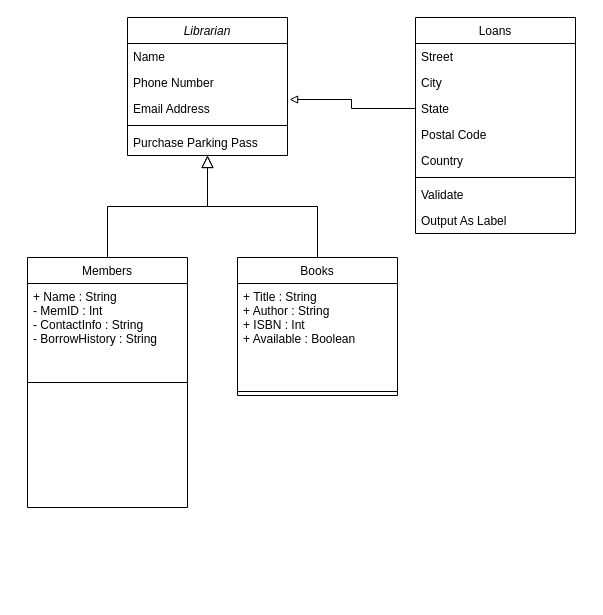
Before: Untitled Diagram.drawio in Twpendleton/ClassUMLDiagram, a draw.io diagram. Source tidied: cells renumbered, new cells numbered last; positions are measured from the earlier drawing's top-left corner, leaving out a move shared by most shapes. Both pictures are drawn from the tidied source at 100%, with x=0, y=0 at pixel (27, 17).
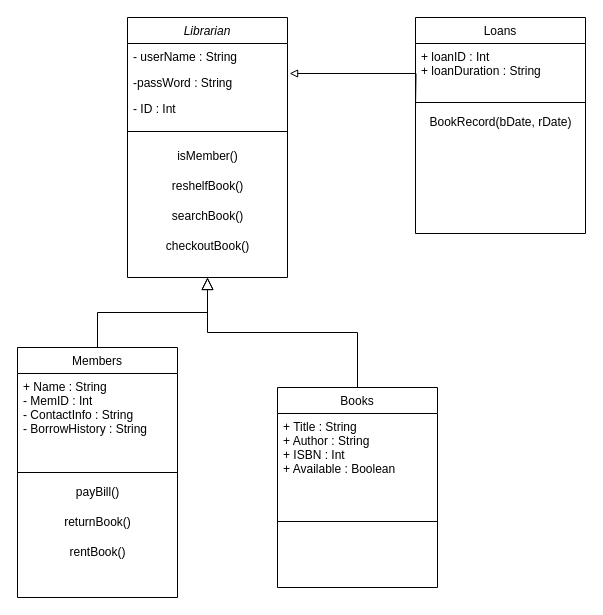
Above is the later version.

Diff of the diagram source:
```diff
@@
     <mxCell id="2" value="Librarian" style="swimlane;fontStyle=2;align=center;verticalAlign=top;horizontal=1;startSize=26;rounded=0;shadow=0;strokeWidth=1;" parent="1" vertex="1">
-      <mxGeometry x="100" width="160" height="138" as="geometry" />
+      <mxGeometry x="100" width="160" height="260" as="geometry" />
     </mxCell>
-    <mxCell id="3" value="Name" style="text;align=left;verticalAlign=top;spacingLeft=4;spacingRight=4;overflow=hidden;" parent="2" vertex="1">
+    <mxCell id="3" value="- userName : String" style="text;align=left;verticalAlign=top;spacingLeft=4;spacingRight=4;overflow=hidden;" parent="2" vertex="1">
       <mxGeometry y="26" width="160" height="26" as="geometry" />
     </mxCell>
+    <mxCell id="5" value="-passWord : String" style="text;align=left;verticalAlign=top;spacingLeft=4;spacingRight=4;overflow=hidden;points=[[0,0.5],[1,0.5]];portConstraint=eastwest;rounded=0;shadow=0;html=0;" parent="2" vertex="1">
+      <mxGeometry y="52" width="160" height="26" as="geometry" />
+    </mxCell>
-    <mxCell id="4" value="Phone Number" style="text;align=left;verticalAlign=top;spacingLeft=4;spacingRight=4;overflow=hidden;rounded=0;shadow=0;html=0;" parent="2" vertex="1">
-      <mxGeometry y="52" width="160" height="26" as="geometry" />
+    <mxCell id="4" value="- ID : Int" style="text;align=left;verticalAlign=top;spacingLeft=4;spacingRight=4;overflow=hidden;rounded=0;shadow=0;html=0;" parent="2" vertex="1">
+      <mxGeometry y="78" width="160" height="26" as="geometry" />
     </mxCell>
-    <mxCell id="5" value="Email Address" style="text;align=left;verticalAlign=top;spacingLeft=4;spacingRight=4;overflow=hidden;points=[[0,0.5],[1,0.5]];portConstraint=eastwest;rounded=0;shadow=0;html=0;" parent="2" vertex="1">
-      <mxGeometry y="78" width="160" height="26" as="geometry" />
-    </mxCell>
     <mxCell id="6" style="line;html=1;strokeWidth=1;align=left;verticalAlign=middle;spacingTop=-1;spacingLeft=3;spacingRight=3;labelPosition=right;" parent="2" vertex="1">
-      <mxGeometry y="104" width="160" height="8" as="geometry" />
+      <mxGeometry y="104" width="160" height="20" as="geometry" />
     </mxCell>
-    <mxCell id="7" value="Purchase Parking Pass" style="text;align=left;verticalAlign=top;spacingLeft=4;spacingRight=4;overflow=hidden;" parent="2" vertex="1">
-      <mxGeometry y="112" width="160" height="26" as="geometry" />
-    </mxCell>
+    <mxCell id="26" value="isMember()" style="text;html=1;align=center;verticalAlign=middle;strokeColor=none;fillColor=none;" parent="2" vertex="1">
+      <mxGeometry y="124" width="160" height="30" as="geometry" />
+    </mxCell>
+    <mxCell id="27" value="reshelfBook()" style="text;html=1;align=center;verticalAlign=middle;strokeColor=none;fillColor=none;" parent="2" vertex="1">
+      <mxGeometry y="154" width="160" height="30" as="geometry" />
+    </mxCell>
+    <mxCell id="28" value="searchBook()" style="text;html=1;align=center;verticalAlign=middle;strokeColor=none;fillColor=none;" parent="2" vertex="1">
+      <mxGeometry y="184" width="160" height="30" as="geometry" />
+    </mxCell>
+    <mxCell id="29" value="checkoutBook()" style="text;html=1;align=center;verticalAlign=middle;strokeColor=none;fillColor=none;" parent="2" vertex="1">
+      <mxGeometry y="214" width="160" height="30" as="geometry" />
+    </mxCell>
     <mxCell id="8" value="Members" style="swimlane;fontStyle=0;align=center;verticalAlign=top;horizontal=1;startSize=26;rounded=0;shadow=0;strokeWidth=1;" parent="1" vertex="1">
-      <mxGeometry y="240" width="160" height="250" as="geometry" />
+      <mxGeometry x="-10" y="330" width="160" height="250" as="geometry" />
     </mxCell>
@@
+    <mxCell id="30" value="payBill()" style="text;html=1;align=center;verticalAlign=middle;strokeColor=none;fillColor=none;" parent="8" vertex="1">
+      <mxGeometry y="130" width="160" height="30" as="geometry" />
+    </mxCell>
+    <mxCell id="31" value="returnBook()" style="text;html=1;align=center;verticalAlign=middle;strokeColor=none;fillColor=none;" parent="8" vertex="1">
+      <mxGeometry y="160" width="160" height="30" as="geometry" />
+    </mxCell>
+    <mxCell id="32" value="rentBook()" style="text;html=1;align=center;verticalAlign=middle;strokeColor=none;fillColor=none;" parent="8" vertex="1">
+      <mxGeometry y="190" width="160" height="30" as="geometry" />
+    </mxCell>
@@
     <mxCell id="12" value="Books" style="swimlane;fontStyle=0;align=center;verticalAlign=top;horizontal=1;startSize=26;rounded=0;shadow=0;strokeWidth=1;" parent="1" vertex="1">
-      <mxGeometry x="210" y="240" width="160" height="138" as="geometry" />
+      <mxGeometry x="250" y="370" width="160" height="200" as="geometry" />
     </mxCell>
@@
     <mxCell id="16" value="Loans" style="swimlane;fontStyle=0;align=center;verticalAlign=top;horizontal=1;startSize=26;rounded=0;shadow=0;strokeWidth=1;" parent="1" vertex="1">
-      <mxGeometry x="388" width="160" height="216" as="geometry" />
+      <mxGeometry x="388" width="170" height="216" as="geometry" />
     </mxCell>
-    <mxCell id="17" value="Street" style="text;align=left;verticalAlign=top;spacingLeft=4;spacingRight=4;overflow=hidden;" parent="16" vertex="1">
-      <mxGeometry y="26" width="160" height="26" as="geometry" />
+    <mxCell id="17" value="+ loanID : Int&#10;+ loanDuration : String&#10;" style="text;align=left;verticalAlign=top;spacingLeft=4;spacingRight=4;overflow=hidden;" parent="16" vertex="1">
+      <mxGeometry y="26" width="170" height="54" as="geometry" />
     </mxCell>
-    <mxCell id="18" value="City" style="text;align=left;verticalAlign=top;spacingLeft=4;spacingRight=4;overflow=hidden;rounded=0;shadow=0;html=0;" parent="16" vertex="1">
-      <mxGeometry y="52" width="160" height="26" as="geometry" />
-    </mxCell>
-    <mxCell id="19" value="State" style="text;align=left;verticalAlign=top;spacingLeft=4;spacingRight=4;overflow=hidden;points=[[0,0.5],[1,0.5]];portConstraint=eastwest;rounded=0;shadow=0;html=0;" parent="16" vertex="1">
-      <mxGeometry y="78" width="160" height="26" as="geometry" />
-    </mxCell>
-    <mxCell id="20" value="Postal Code" style="text;align=left;verticalAlign=top;spacingLeft=4;spacingRight=4;overflow=hidden;rounded=0;shadow=0;html=0;" parent="16" vertex="1">
-      <mxGeometry y="104" width="160" height="26" as="geometry" />
-    </mxCell>
-    <mxCell id="21" value="Country" style="text;align=left;verticalAlign=top;spacingLeft=4;spacingRight=4;overflow=hidden;rounded=0;shadow=0;html=0;" parent="16" vertex="1">
-      <mxGeometry y="130" width="160" height="26" as="geometry" />
-    </mxCell>
     <mxCell id="22" style="line;html=1;strokeWidth=1;align=left;verticalAlign=middle;spacingTop=-1;spacingLeft=3;spacingRight=3;labelPosition=right;" parent="16" vertex="1">
-      <mxGeometry y="156" width="160" height="8" as="geometry" />
+      <mxGeometry y="80" width="170" height="10" as="geometry" />
     </mxCell>
-    <mxCell id="23" value="Validate" style="text;align=left;verticalAlign=top;spacingLeft=4;spacingRight=4;overflow=hidden;" parent="16" vertex="1">
-      <mxGeometry y="164" width="160" height="26" as="geometry" />
-    </mxCell>
-    <mxCell id="24" value="Output As Label" style="text;align=left;verticalAlign=top;spacingLeft=4;spacingRight=4;overflow=hidden;" parent="16" vertex="1">
-      <mxGeometry y="190" width="160" height="26" as="geometry" />
-    </mxCell>
+    <mxCell id="33" value="BookRecord(bDate, rDate)" style="text;html=1;align=center;verticalAlign=middle;strokeColor=none;fillColor=none;" parent="16" vertex="1">
+      <mxGeometry y="90" width="170" height="30" as="geometry" />
+    </mxCell>
-    <mxCell id="25" style="edgeStyle=orthogonalEdgeStyle;rounded=0;jettySize=auto;html=1;exitX=0;exitY=0.5;exitDx=0;exitDy=0;entryX=1.013;entryY=0.154;entryDx=0;entryDy=0;entryPerimeter=0;endArrow=block;endFill=0;" parent="1" edge="1" source="19" target="5">
-      <mxGeometry relative="1" as="geometry" />
+    <mxCell id="25" style="edgeStyle=orthogonalEdgeStyle;rounded=0;jettySize=auto;html=1;exitX=0;exitY=0.5;exitDx=0;exitDy=0;entryX=1.013;entryY=0.154;entryDx=0;entryDy=0;entryPerimeter=0;endArrow=block;endFill=0;" parent="1" edge="1" target="5">
+      <mxGeometry relative="1" as="geometry">
+        <mxPoint x="388" y="91" as="sourcePoint" />
+      </mxGeometry>
     </mxCell>
```
